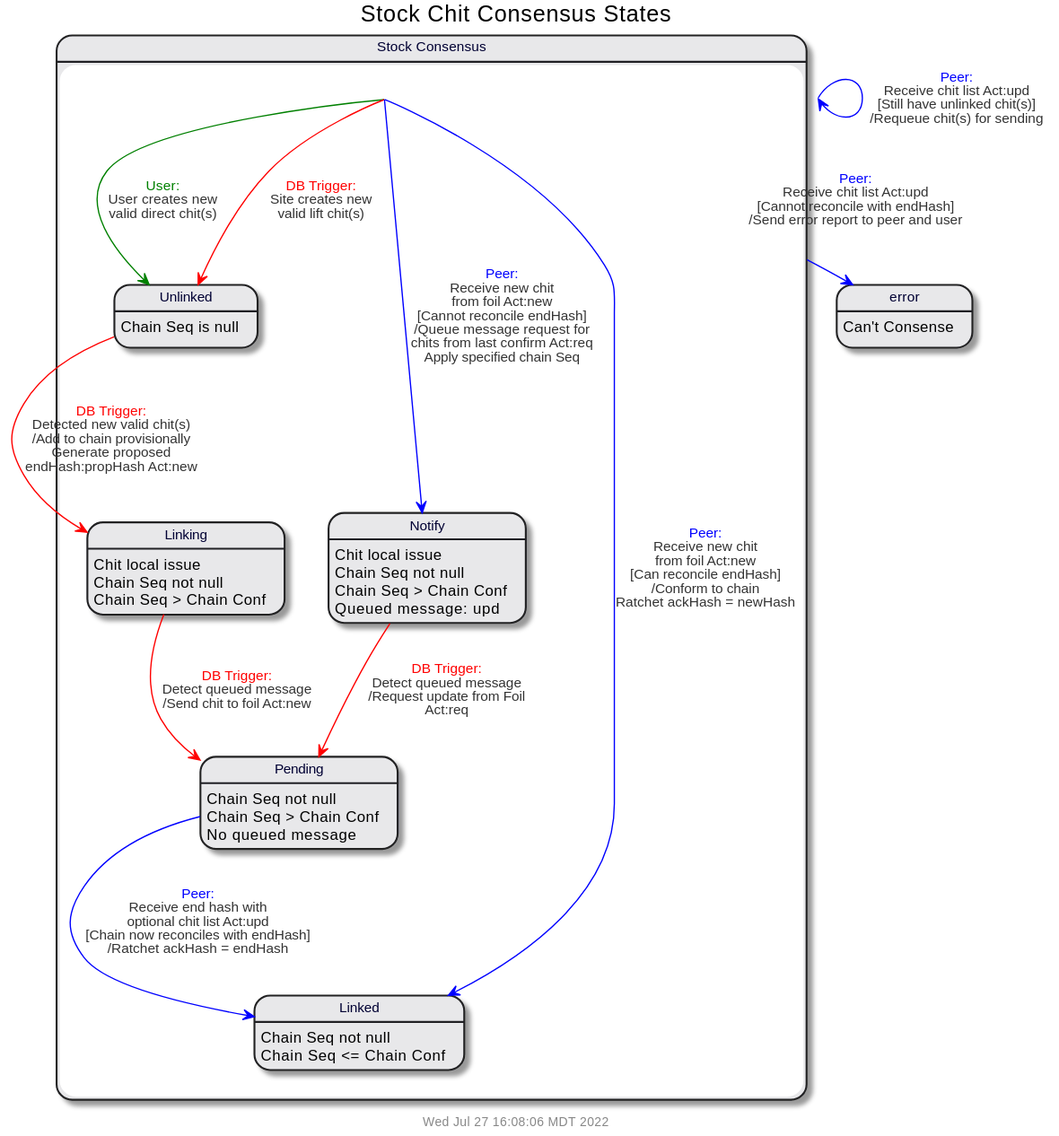
gotchoices/MyCHIPs keeps this PlantUML diagram as doc/uml/state-cons.svg. Above is the earlier version.
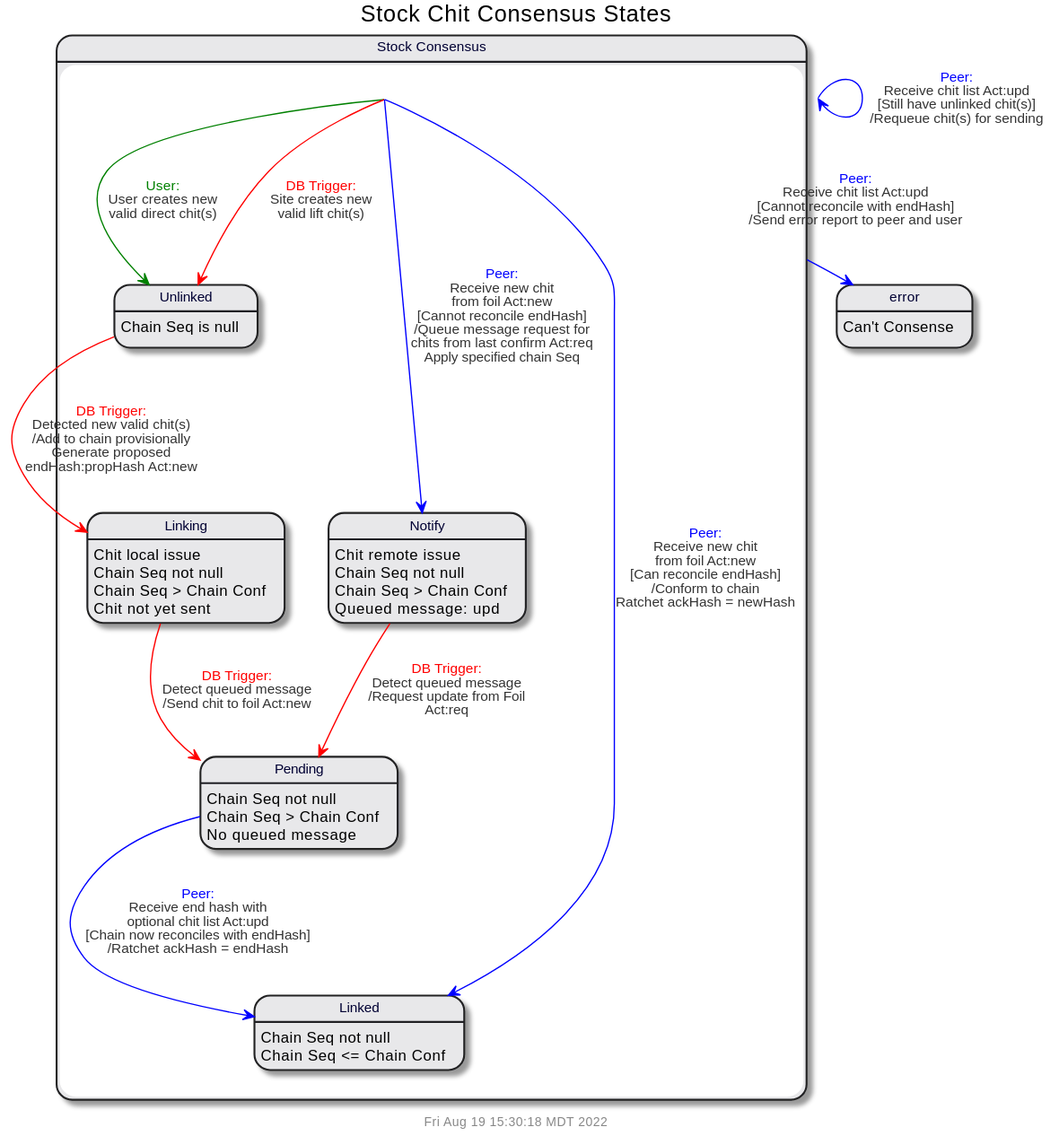
Above is the later version.

The edit, as a diff of the source:
```diff
@@ -16,7 +16,8 @@
 linking: Chit local issue
 linking: Chain Seq not null
 linking: Chain Seq > Chain Conf
-notify: Chit local issue
+linking: Chit not yet sent
+notify: Chit remote issue
 notify: Chain Seq not null
 notify: Chain Seq > Chain Conf
 notify: Queued message: upd
```
